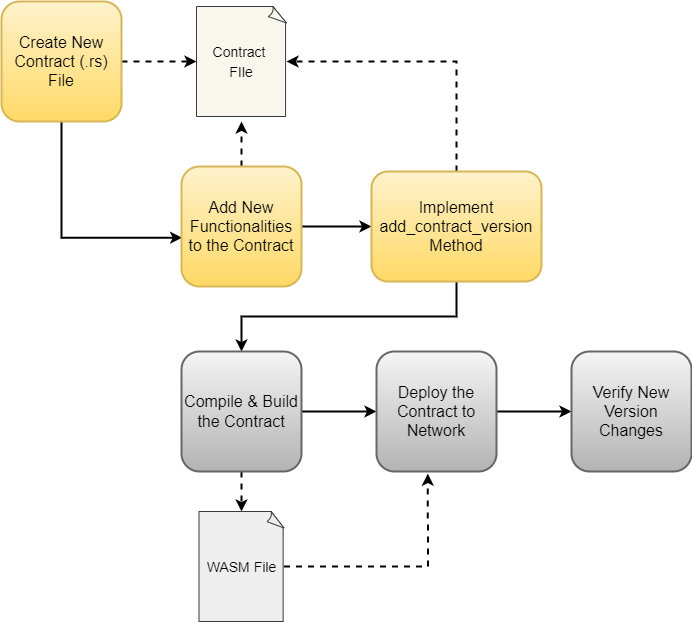
casper-network/docs keeps this draw.io diagram as static/image/addContractVersion.png. Above is the earlier version. Source tidied: cells renumbered, new cells last; positions are measured from the earlier drawing's top-left corner, leaving out a move shared by most shapes.
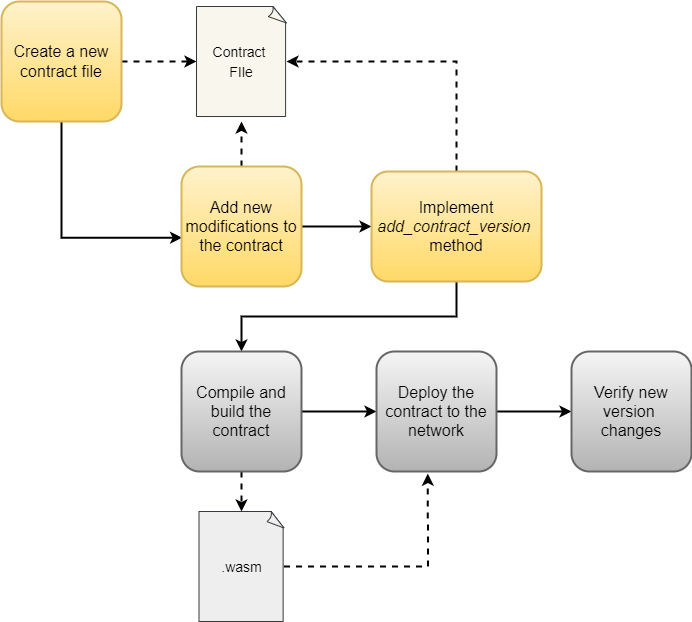
The same diagram one commit later.

Commit message:
Adding upgrade contract tutorial

Diff of the diagram source:
```diff
@@ -8,7 +8,7 @@
     <mxCell id="3" style="edgeStyle=orthogonalEdgeStyle;rounded=0;jettySize=auto;html=1;exitX=1;exitY=0.5;exitDx=0;exitDy=0;entryX=0;entryY=0.5;entryDx=0;entryDy=0;entryPerimeter=0;fontSize=16;fontColor=#000000;strokeColor=#000000;strokeWidth=2;dashed=1;" parent="1" edge="1" source="4" target="17">
       <mxGeometry relative="1" as="geometry" />
     </mxCell>
-    <mxCell id="4" value="&lt;font style=&quot;font-size: 16px&quot;&gt;Create New Contract (.rs) File&lt;/font&gt;" style="rounded=1;whiteSpace=wrap;html=1;strokeWidth=2;fillColor=#fff2cc;gradientColor=#ffd966;strokeColor=#d6b656;" parent="1" vertex="1">
+    <mxCell id="4" value="&lt;font style=&quot;font-size: 16px&quot;&gt;Create a new contract file&lt;/font&gt;" style="rounded=1;whiteSpace=wrap;html=1;strokeWidth=2;fillColor=#fff2cc;gradientColor=#ffd966;strokeColor=#d6b656;" parent="1" vertex="1">
       <mxGeometry width="120" height="120" as="geometry" />
     </mxCell>
     <mxCell id="5" style="edgeStyle=orthogonalEdgeStyle;rounded=0;jettySize=auto;html=1;exitX=0.5;exitY=0;exitDx=0;exitDy=0;dashed=1;fontSize=16;fontColor=#000000;strokeColor=#000000;strokeWidth=2;" parent="1" edge="1" source="7">
@@ -19,7 +19,7 @@
     <mxCell id="6" style="edgeStyle=orthogonalEdgeStyle;rounded=0;jettySize=auto;html=1;exitX=1;exitY=0.5;exitDx=0;exitDy=0;entryX=0;entryY=0.5;entryDx=0;entryDy=0;fontSize=16;fontColor=#000000;strokeColor=#000000;strokeWidth=2;" parent="1" edge="1" source="7" target="10">
       <mxGeometry relative="1" as="geometry" />
     </mxCell>
-    <mxCell id="7" value="&lt;span style=&quot;font-size: 16px&quot;&gt;Add New Functionalities to the Contract&lt;/span&gt;" style="rounded=1;whiteSpace=wrap;html=1;strokeWidth=2;fillColor=#fff2cc;gradientColor=#ffd966;strokeColor=#d6b656;" parent="1" vertex="1">
+    <mxCell id="7" value="&lt;span style=&quot;font-size: 16px&quot;&gt;Add new modifications to the contract&lt;/span&gt;" style="rounded=1;whiteSpace=wrap;html=1;strokeWidth=2;fillColor=#fff2cc;gradientColor=#ffd966;strokeColor=#d6b656;" parent="1" vertex="1">
       <mxGeometry x="180" y="165" width="120" height="120" as="geometry" />
     </mxCell>
     <mxCell id="8" style="edgeStyle=orthogonalEdgeStyle;rounded=0;jettySize=auto;html=1;exitX=0.5;exitY=0;exitDx=0;exitDy=0;entryX=1;entryY=0.5;entryDx=0;entryDy=0;entryPerimeter=0;dashed=1;fontSize=16;fontColor=#000000;strokeColor=#000000;strokeWidth=2;" parent="1" edge="1" source="10" target="17">
@@ -28,7 +28,7 @@
     <mxCell id="9" style="edgeStyle=orthogonalEdgeStyle;rounded=0;jettySize=auto;html=1;exitX=0.5;exitY=1;exitDx=0;exitDy=0;entryX=0.5;entryY=0;entryDx=0;entryDy=0;fontSize=16;fontColor=#000000;strokeColor=#000000;strokeWidth=2;" parent="1" edge="1" source="10" target="13">
       <mxGeometry relative="1" as="geometry" />
     </mxCell>
-    <mxCell id="10" value="&lt;span style=&quot;font-size: 16px&quot;&gt;Implement add_contract_version Method&lt;/span&gt;" style="rounded=1;whiteSpace=wrap;html=1;strokeWidth=2;fillColor=#fff2cc;gradientColor=#ffd966;strokeColor=#d6b656;" parent="1" vertex="1">
+    <mxCell id="10" value="&lt;span style=&quot;font-size: 16px&quot;&gt;Implement &lt;i&gt;add_contract_version&lt;/i&gt;&amp;nbsp;&lt;br&gt;method&lt;/span&gt;" style="rounded=1;whiteSpace=wrap;html=1;strokeWidth=2;fillColor=#fff2cc;gradientColor=#ffd966;strokeColor=#d6b656;" parent="1" vertex="1">
       <mxGeometry x="370" y="170" width="170" height="110" as="geometry" />
     </mxCell>
     <mxCell id="11" style="edgeStyle=orthogonalEdgeStyle;rounded=0;jettySize=auto;html=1;exitX=1;exitY=0.5;exitDx=0;exitDy=0;entryX=0;entryY=0.5;entryDx=0;entryDy=0;fontSize=16;fontColor=#000000;strokeColor=#000000;strokeWidth=2;" parent="1" edge="1" source="13" target="15">
@@ -37,16 +37,16 @@
     <mxCell id="12" style="edgeStyle=orthogonalEdgeStyle;rounded=0;jettySize=auto;html=1;exitX=0.5;exitY=1;exitDx=0;exitDy=0;fontSize=16;fontColor=#000000;strokeColor=#000000;strokeWidth=2;dashed=1;" parent="1" edge="1" source="13" target="19">
       <mxGeometry relative="1" as="geometry" />
     </mxCell>
-    <mxCell id="13" value="&lt;font style=&quot;font-size: 16px&quot;&gt;Compile &amp;amp; Build the Contract&lt;/font&gt;" style="rounded=1;whiteSpace=wrap;html=1;strokeWidth=2;fillColor=#f5f5f5;gradientColor=#b3b3b3;strokeColor=#666666;" parent="1" vertex="1">
+    <mxCell id="13" value="&lt;font style=&quot;font-size: 16px&quot;&gt;Compile and build the contract&lt;/font&gt;" style="rounded=1;whiteSpace=wrap;html=1;strokeWidth=2;fillColor=#f5f5f5;gradientColor=#b3b3b3;strokeColor=#666666;" parent="1" vertex="1">
       <mxGeometry x="180" y="350" width="120" height="120" as="geometry" />
     </mxCell>
     <mxCell id="14" style="edgeStyle=orthogonalEdgeStyle;rounded=0;jettySize=auto;html=1;exitX=1;exitY=0.5;exitDx=0;exitDy=0;entryX=0;entryY=0.5;entryDx=0;entryDy=0;fontSize=16;fontColor=#000000;strokeColor=#000000;strokeWidth=2;" parent="1" edge="1" source="15" target="16">
       <mxGeometry relative="1" as="geometry" />
     </mxCell>
-    <mxCell id="15" value="&lt;font style=&quot;font-size: 16px&quot;&gt;Deploy the Contract to Network&lt;/font&gt;" style="rounded=1;whiteSpace=wrap;html=1;strokeWidth=2;fillColor=#f5f5f5;gradientColor=#b3b3b3;strokeColor=#666666;" parent="1" vertex="1">
+    <mxCell id="15" value="&lt;font style=&quot;font-size: 16px&quot;&gt;Deploy the contract to the network&lt;/font&gt;" style="rounded=1;whiteSpace=wrap;html=1;strokeWidth=2;fillColor=#f5f5f5;gradientColor=#b3b3b3;strokeColor=#666666;" parent="1" vertex="1">
       <mxGeometry x="375" y="350" width="120" height="120" as="geometry" />
     </mxCell>
-    <mxCell id="16" value="&lt;font style=&quot;font-size: 16px&quot;&gt;Verify New Version Changes&lt;/font&gt;" style="rounded=1;whiteSpace=wrap;html=1;strokeWidth=2;fillColor=#f5f5f5;gradientColor=#b3b3b3;strokeColor=#666666;" parent="1" vertex="1">
+    <mxCell id="16" value="&lt;font style=&quot;font-size: 16px&quot;&gt;Verify new version &lt;br&gt;changes&lt;/font&gt;" style="rounded=1;whiteSpace=wrap;html=1;strokeWidth=2;fillColor=#f5f5f5;gradientColor=#b3b3b3;strokeColor=#666666;" parent="1" vertex="1">
       <mxGeometry x="570" y="350" width="120" height="120" as="geometry" />
     </mxCell>
     <mxCell id="17" value="&lt;font style=&quot;font-size: 14px&quot;&gt;Contract &lt;br&gt;FIle&lt;/font&gt;" style="whiteSpace=wrap;html=1;shape=mxgraph.basic.document;fontSize=16;strokeWidth=1;fillColor=#f9f7ed;strokeColor=#36393d;" parent="1" vertex="1">
@@ -55,7 +55,7 @@
     <mxCell id="18" style="edgeStyle=orthogonalEdgeStyle;rounded=0;jettySize=auto;html=1;exitX=1;exitY=0.5;exitDx=0;exitDy=0;exitPerimeter=0;entryX=0.428;entryY=1.018;entryDx=0;entryDy=0;entryPerimeter=0;fontSize=16;fontColor=#000000;strokeColor=#000000;strokeWidth=2;dashed=1;" parent="1" edge="1" source="19" target="15">
       <mxGeometry relative="1" as="geometry" />
     </mxCell>
-    <mxCell id="19" value="&lt;span style=&quot;font-size: 14px&quot;&gt;WASM File&lt;/span&gt;" style="whiteSpace=wrap;html=1;shape=mxgraph.basic.document;fontSize=16;strokeWidth=1;fillColor=#eeeeee;strokeColor=#36393d;" parent="1" vertex="1">
+    <mxCell id="19" value="&lt;span style=&quot;font-size: 14px&quot;&gt;.wasm&lt;/span&gt;" style="whiteSpace=wrap;html=1;shape=mxgraph.basic.document;fontSize=16;strokeWidth=1;fillColor=#eeeeee;strokeColor=#36393d;" parent="1" vertex="1">
       <mxGeometry x="197.5" y="510" width="85" height="110" as="geometry" />
     </mxCell>
   </root>
```
